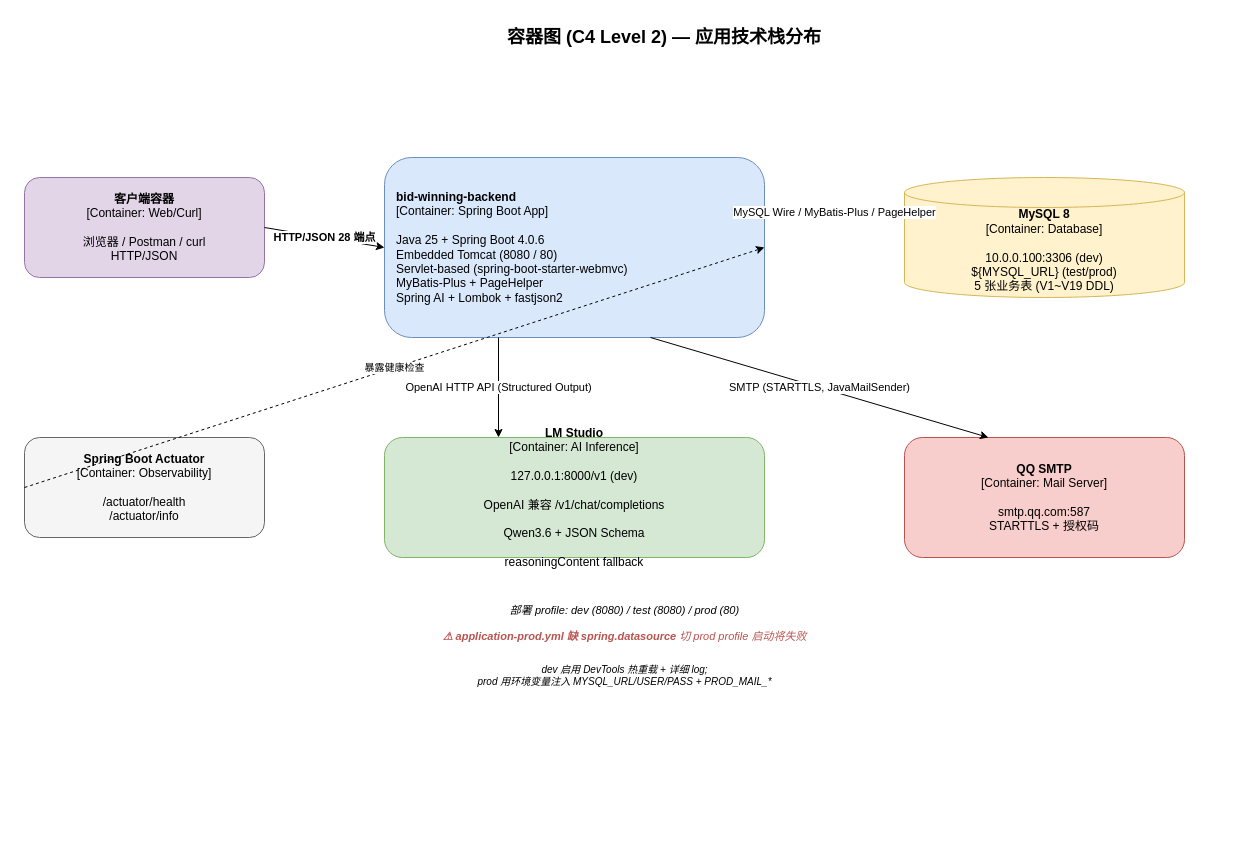
This is page "2-Container (C4 L2)" (2 of 7) of docs/architecture-diagram.drawio from Jianshi-Lu/smart-bid-platform-be, a draw.io file, before an edit. Source tidied: cells renumbered, new cells numbered last; positions are measured from the earlier drawing's top-left corner, leaving out a move shared by most shapes. Both pictures are drawn from the tidied source at 100%, with x=0, y=0 at pixel (24, 17).
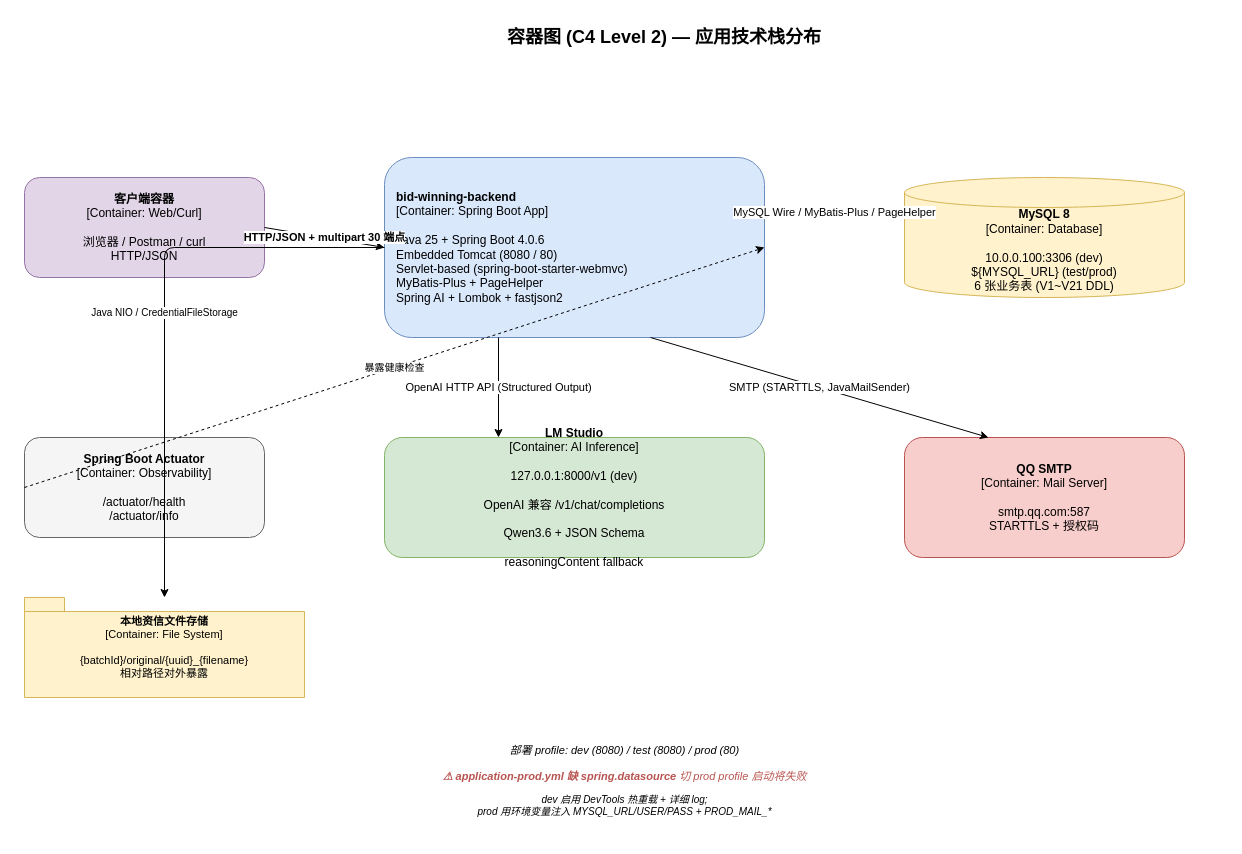
The same page after the edit.

Diff of the diagram source:
```diff
@@
 <mxGraphModel>
   <root>
     <mxCell id="0" />
     <mxCell id="1" parent="0" />
     <mxCell id="2" value="容器图 (C4 Level 2) — 应用技术栈分布" style="text;html=1;strokeColor=none;fillColor=none;align=center;verticalAlign=middle;whiteSpace=wrap;rounded=0;fontSize=18;fontStyle=1;" parent="1" vertex="1">
       <mxGeometry x="290" width="700" height="40" as="geometry" />
     </mxCell>
     <mxCell id="3" value="&lt;b&gt;客户端容器&lt;/b&gt;&lt;br&gt;[Container: Web/Curl]&lt;br&gt;&lt;br&gt;浏览器 / Postman / curl&lt;br&gt;HTTP/JSON" style="rounded=1;whiteSpace=wrap;html=1;fillColor=#e1d5e7;strokeColor=#9673a6;fontSize=12;" parent="1" vertex="1">
       <mxGeometry y="160" width="240" height="100" as="geometry" />
     </mxCell>
     <mxCell id="4" value="&lt;b&gt;bid-winning-backend&lt;/b&gt;&lt;br&gt;[Container: Spring Boot App]&lt;br&gt;&lt;br&gt;Java 25 + Spring Boot 4.0.6&lt;br&gt;Embedded Tomcat (8080 / 80)&lt;br&gt;Servlet-based (spring-boot-starter-webmvc)&lt;br&gt;MyBatis-Plus + PageHelper&lt;br&gt;Spring AI + Lombok + fastjson2" style="rounded=1;whiteSpace=wrap;html=1;fillColor=#dae8fc;strokeColor=#6c8ebf;fontSize=12;align=left;spacingLeft=10;" parent="1" vertex="1">
       <mxGeometry x="360" y="140" width="380" height="180" as="geometry" />
     </mxCell>
-    <mxCell id="5" value="&lt;b&gt;MySQL 8&lt;/b&gt;&lt;br&gt;[Container: Database]&lt;br&gt;&lt;br&gt;10.0.0.100:3306 (dev)&lt;br&gt;${MYSQL_URL} (test/prod)&lt;br&gt;5 张业务表 (V1~V19 DDL)" style="shape=cylinder3;whiteSpace=wrap;html=1;boundedLbl=1;backgroundOutline=1;size=15;fillColor=#fff2cc;strokeColor=#d6b656;fontSize=12;" parent="1" vertex="1">
+    <mxCell id="5" value="&lt;b&gt;MySQL 8&lt;/b&gt;&lt;br&gt;[Container: Database]&lt;br&gt;&lt;br&gt;10.0.0.100:3306 (dev)&lt;br&gt;${MYSQL_URL} (test/prod)&lt;br&gt;6 张业务表 (V1~V21 DDL)" style="shape=cylinder3;whiteSpace=wrap;html=1;boundedLbl=1;backgroundOutline=1;size=15;fillColor=#fff2cc;strokeColor=#d6b656;fontSize=12;" parent="1" vertex="1">
       <mxGeometry x="880" y="160" width="280" height="120" as="geometry" />
     </mxCell>
     <mxCell id="6" value="&lt;b&gt;LM Studio&lt;/b&gt;&lt;br&gt;[Container: AI Inference]&lt;br&gt;&lt;br&gt;127.0.0.1:8000/v1 (dev)&#10;&lt;br&gt;OpenAI 兼容 /v1/chat/completions&#10;&lt;br&gt;Qwen3.6 + JSON Schema&#10;&lt;br&gt;reasoningContent fallback" style="rounded=1;whiteSpace=wrap;html=1;fillColor=#d5e8d4;strokeColor=#82b366;fontSize=12;" parent="1" vertex="1">
       <mxGeometry x="360" y="420" width="380" height="120" as="geometry" />
     </mxCell>
     <mxCell id="7" value="&lt;b&gt;QQ SMTP&lt;/b&gt;&lt;br&gt;[Container: Mail Server]&lt;br&gt;&lt;br&gt;smtp.qq.com:587&lt;br&gt;STARTTLS + 授权码" style="rounded=1;whiteSpace=wrap;html=1;fillColor=#f8cecc;strokeColor=#b85450;fontSize=12;" parent="1" vertex="1">
       <mxGeometry x="880" y="420" width="280" height="120" as="geometry" />
     </mxCell>
     <mxCell id="8" value="&lt;b&gt;Spring Boot Actuator&lt;/b&gt;&lt;br&gt;[Container: Observability]&lt;br&gt;&lt;br&gt;/actuator/health&lt;br&gt;/actuator/info" style="rounded=1;whiteSpace=wrap;html=1;fillColor=#f5f5f5;strokeColor=#666666;fontSize=12;" parent="1" vertex="1">
       <mxGeometry y="420" width="240" height="100" as="geometry" />
     </mxCell>
-    <mxCell id="9" value="HTTP/JSON 28 端点" style="endArrow=classic;html=1;exitX=1;exitY=0.5;exitDx=0;exitDy=0;entryX=0;entryY=0.5;entryDx=0;entryDy=0;fontSize=11;fontStyle=1;" parent="1" edge="1" source="3" target="4">
+    <mxCell id="9" value="HTTP/JSON + multipart 30 端点" style="endArrow=classic;html=1;exitX=1;exitY=0.5;exitDx=0;exitDy=0;entryX=0;entryY=0.5;entryDx=0;entryDy=0;fontSize=11;fontStyle=1;" parent="1" edge="1" source="3" target="4">
       <mxGeometry relative="1" as="geometry" />
     </mxCell>
     <mxCell id="10" value="MySQL Wire / MyBatis-Plus / PageHelper" style="endArrow=classic;html=1;exitX=1;exitY=0.3;exitDx=0;exitDy=0;entryX=0;entryY=0.3;entryDx=0;entryDy=0;fontSize=11;" parent="1" edge="1" source="4" target="5">
       <mxGeometry relative="1" as="geometry" />
     </mxCell>
     <mxCell id="11" value="OpenAI HTTP API (Structured Output)" style="endArrow=classic;html=1;exitX=0.3;exitY=1;exitDx=0;exitDy=0;entryX=0.3;entryY=0;entryDx=0;entryDy=0;fontSize=11;" parent="1" edge="1" source="4" target="6">
       <mxGeometry relative="1" as="geometry" />
     </mxCell>
     <mxCell id="12" value="SMTP (STARTTLS, JavaMailSender)" style="endArrow=classic;html=1;exitX=0.7;exitY=1;exitDx=0;exitDy=0;entryX=0.3;entryY=0;entryDx=0;entryDy=0;fontSize=11;" parent="1" edge="1" source="4" target="7">
       <mxGeometry relative="1" as="geometry" />
     </mxCell>
     <mxCell id="13" value="暴露健康检查" style="endArrow=classic;html=1;exitX=0.3;exitY=0.5;exitDx=0;exitDy=0;entryX=1;entryY=0.5;entryDx=0;entryDy=0;fontSize=10;dashed=1;" parent="1" edge="1" source="8" target="4">
       <mxGeometry relative="1" as="geometry" />
     </mxCell>
+    <mxCell id="16" value="&lt;b&gt;本地资信文件存储&lt;/b&gt;&lt;br&gt;[Container: File System]&lt;br&gt;&lt;br&gt;{batchId}/original/{uuid}_{filename}&lt;br&gt;相对路径对外暴露" style="shape=folder;whiteSpace=wrap;html=1;tabWidth=40;tabHeight=14;tabPosition=left;fillColor=#fff2cc;strokeColor=#d6b656;fontSize=11;" parent="1" vertex="1">
+      <mxGeometry y="580" width="280" height="100" as="geometry" />
+    </mxCell>
+    <mxCell id="17" value="Java NIO / CredentialFileStorage" style="endArrow=classic;html=1;edgeStyle=orthogonalEdgeStyle;fontSize=10;" parent="1" edge="1" source="4" target="16">
+      <mxGeometry relative="1" as="geometry" />
+    </mxCell>
     <mxCell id="14" value="&lt;i&gt;部署 profile: dev (8080) / test (8080) / prod (80)&#10;&lt;br&gt;&lt;font color=&quot;#b85450&quot;&gt;&lt;b&gt;⚠ application-prod.yml 缺 spring.datasource&lt;/b&gt;&lt;/font&gt;&lt;font color=&quot;#b85450&quot;&gt; 切 prod profile 启动将失败&lt;/font&gt;&lt;/i&gt;" style="text;html=1;strokeColor=none;fillColor=none;align=center;fontSize=11;" parent="1" vertex="1">
-      <mxGeometry y="580" width="1200" height="30" as="geometry" />
+      <mxGeometry y="720" width="1200" height="30" as="geometry" />
     </mxCell>
     <mxCell id="15" value="&lt;i&gt;dev 启用 DevTools 热重载 + 详细 log;&lt;br&gt;prod 用环境变量注入 MYSQL_URL/USER/PASS + PROD_MAIL_*&lt;/i&gt;" style="text;html=1;strokeColor=none;fillColor=none;align=center;fontSize=10;" parent="1" vertex="1">
-      <mxGeometry y="640" width="1200" height="50" as="geometry" />
+      <mxGeometry y="770" width="1200" height="50" as="geometry" />
     </mxCell>
   </root>
 </mxGraphModel>
```
